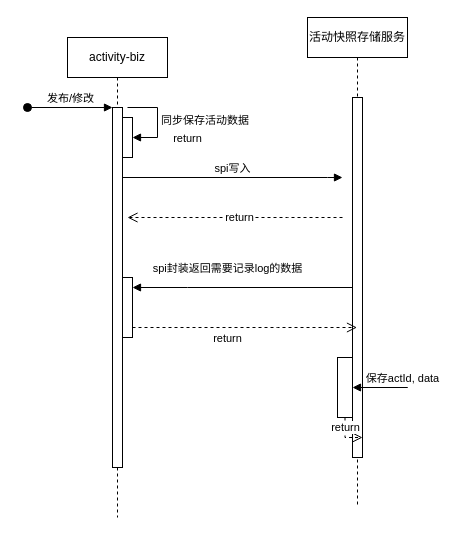
Luffybaga/draw keeps this draw.io diagram as 活动快照日志时序.drawio. Above is the earlier version. Source tidied: cells renumbered, new cells numbered last; positions are measured from the earlier drawing's top-left corner, leaving out a move shared by most shapes. Both pictures are drawn from the tidied source at 100%, with x=0, y=0 at pixel (27, 17).
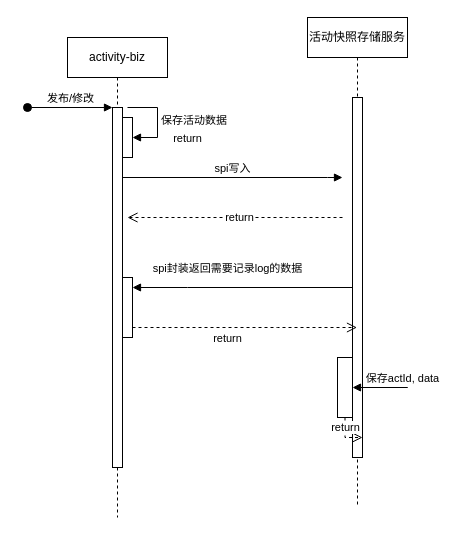
The same page after the edit.

Commit message (it also covers changes not shown here):
更新活动快照日志时序.drawio

Unchanged cells that the change refers to:
```xml
<mxCell id="2" value="activity-biz" style="shape=umlLifeline;perimeter=lifelinePerimeter;whiteSpace=wrap;html=1;newEdgeStyle={&quot;edgeStyle&quot;:&quot;elbowEdgeStyle&quot;,&quot;elbow&quot;:&quot;vertical&quot;,&quot;curved&quot;:0,&quot;rounded&quot;:0};" parent="1" vertex="1">
  <mxGeometry x="40" y="20" width="100" height="480" as="geometry" />
</mxCell>
<mxCell id="5" style="html=1;points=[];perimeter=orthogonalPerimeter;outlineConnect=0;targetShapes=umlLifeline;portConstraint=eastwest;newEdgeStyle={&quot;edgeStyle&quot;:&quot;elbowEdgeStyle&quot;,&quot;elbow&quot;:&quot;vertical&quot;,&quot;curved&quot;:0,&quot;rounded&quot;:0};" parent="2" vertex="1">
  <mxGeometry x="55" y="80" width="10" height="40" as="geometry" />
</mxCell>
```

The edit, as a diff of the source:
```diff
@@
-    <mxCell id="6" value="同步保存活动数据" style="html=1;align=left;spacingLeft=2;endArrow=block;rounded=0;edgeStyle=orthogonalEdgeStyle;curved=0;rounded=0;" parent="2" edge="1" target="5">
+    <mxCell id="6" value="保存活动数据" style="html=1;align=left;spacingLeft=2;endArrow=block;rounded=0;edgeStyle=orthogonalEdgeStyle;curved=0;rounded=0;" parent="2" edge="1" target="5">
       <mxGeometry relative="1" as="geometry">
         <mxPoint x="60" y="70" as="sourcePoint" />
         <Array as="points">
           <mxPoint x="90" y="100" />
         </Array>
       </mxGeometry>
     </mxCell>
```
